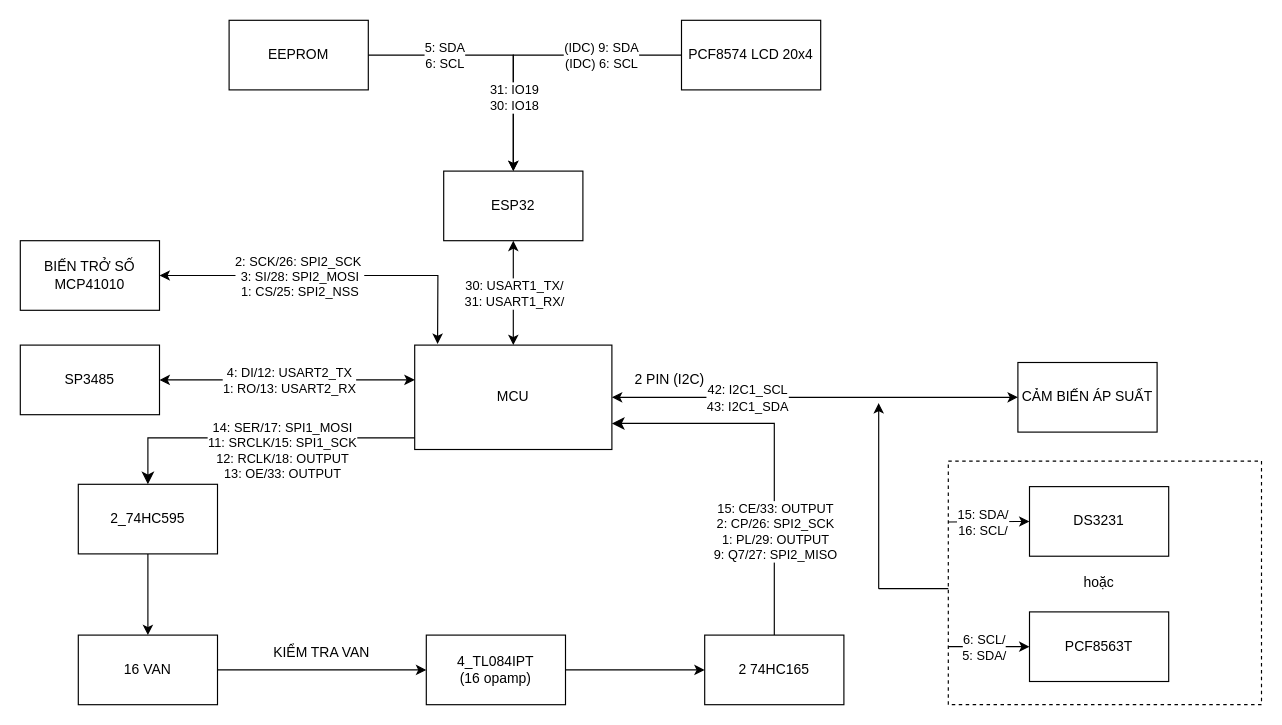
Before: page "Components and Pinout" (2 of 2) of Image/DongTamBlockDiagram.drawio in IoTVision/DongTamV2, a draw.io diagram. Source tidied: cells renumbered, new cells numbered last; positions are measured from the earlier drawing's top-left corner, leaving out a move shared by most shapes. Both pictures are drawn from the tidied source at 116%, with x=0, y=0 at pixel (20, 20).
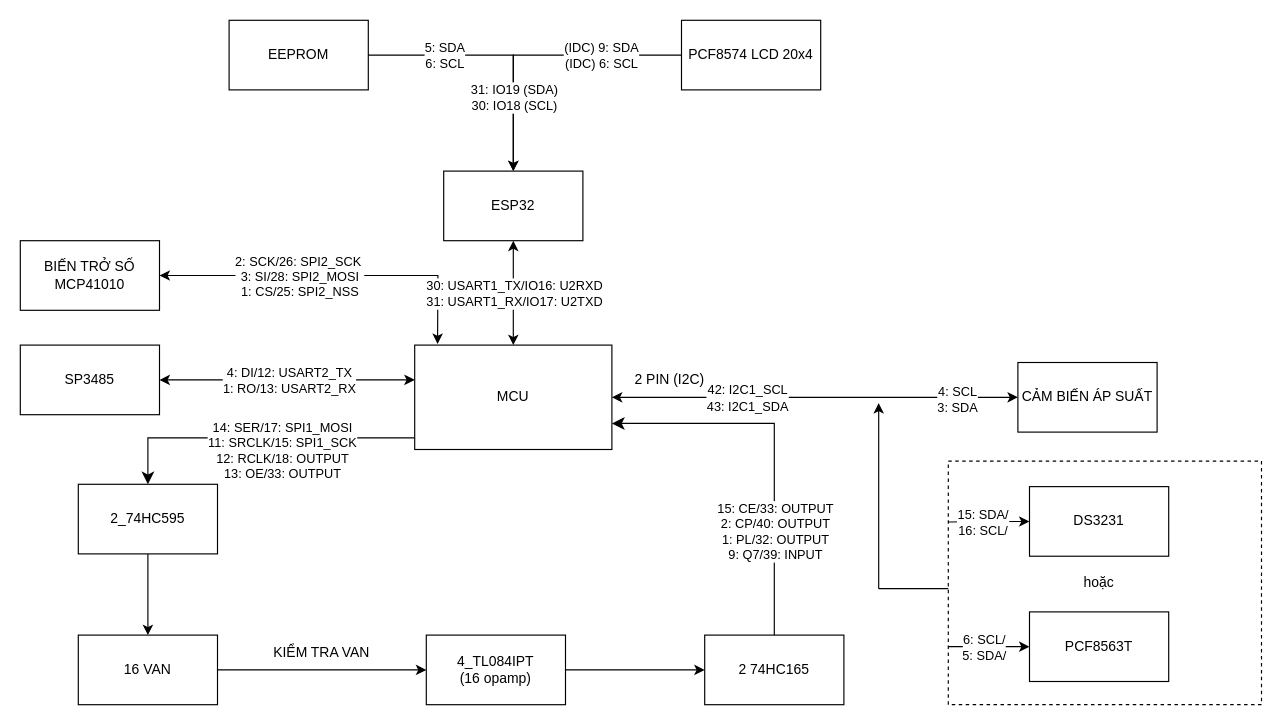
The same page after the edit.

Unchanged cells that the change refers to:
```xml
<mxCell id="13" style="edgeStyle=elbowEdgeStyle;elbow=horizontal;endArrow=classic;html=1;curved=0;rounded=0;endSize=8;startSize=8;entryX=1;entryY=0.75;entryDx=0;entryDy=0;exitX=0.5;exitY=0;exitDx=0;exitDy=0;" parent="1" edge="1" source="11" target="2">
  <mxGeometry relative="1" as="geometry">
    <Array as="points">
      <mxPoint x="650" y="490" />
      <mxPoint x="690" y="440" />
    </Array>
  </mxGeometry>
</mxCell>
<mxCell id="16" style="endArrow=classic;html=1;rounded=0;entryX=1;entryY=0.5;entryDx=0;entryDy=0;exitX=0;exitY=0.5;exitDx=0;exitDy=0;startArrow=classic;startFill=1;" parent="1" edge="1" source="15" target="2">
  <mxGeometry relative="1" as="geometry" />
</mxCell>
<mxCell id="26" style="endArrow=classic;startArrow=classic;html=1;rounded=0;entryX=0.5;entryY=1;entryDx=0;entryDy=0;exitX=0.5;exitY=0;exitDx=0;exitDy=0;" parent="1" edge="1" source="2" target="25">
  <mxGeometry relative="1" as="geometry" />
</mxCell>
<mxCell id="32" style="edgeStyle=orthogonalEdgeStyle;rounded=0;jettySize=auto;html=1;exitX=1;exitY=0.5;exitDx=0;exitDy=0;entryX=0.5;entryY=0;entryDx=0;entryDy=0;" parent="1" edge="1" source="31" target="25">
  <mxGeometry relative="1" as="geometry" />
</mxCell>
```

What changed in the source:
```diff
@@
-    <mxCell id="14" value="15: CE/33: OUTPUT&lt;br&gt;2: CP/26: SPI2_SCK&lt;br&gt;1: PL/29: OUTPUT&lt;br&gt;9: Q7/27: SPI2_MISO" style="edgeLabel;html=1;align=center;verticalAlign=middle;" parent="13" vertex="1">
+    <mxCell id="14" value="15: CE/33: OUTPUT&lt;br&gt;2: CP/40: OUTPUT&lt;br&gt;1: PL/32: OUTPUT&lt;br&gt;9: Q7/39: INPUT" style="edgeLabel;html=1;align=center;verticalAlign=middle;" parent="13" vertex="1">
       <mxGeometry x="-0.56" y="-1" relative="1" as="geometry">
         <mxPoint x="-1" y="-19" as="offset" />
       </mxGeometry>
     </mxCell>
@@
+    <mxCell id="46" value="4: SCL&lt;br&gt;3: SDA" style="edgeLabel;html=1;align=center;verticalAlign=middle;" parent="16" vertex="1">
+      <mxGeometry x="-0.7" y="1" relative="1" as="geometry" />
+    </mxCell>
@@
-    <mxCell id="27" value="30: USART1_TX/&lt;br&gt;31: USART1_RX/" style="edgeLabel;html=1;align=center;verticalAlign=middle;" parent="26" vertex="1">
+    <mxCell id="27" value="30: USART1_TX/IO16: U2RXD&lt;br&gt;31: USART1_RX/IO17: U2TXD" style="edgeLabel;html=1;align=center;verticalAlign=middle;" parent="26" vertex="1">
       <mxGeometry x="0.37" y="-1" relative="1" as="geometry">
         <mxPoint x="-1" y="17" as="offset" />
       </mxGeometry>
     </mxCell>
@@
-    <mxCell id="34" value="31: IO19&lt;br&gt;30: IO18" style="edgeLabel;html=1;align=center;verticalAlign=middle;" parent="32" vertex="1">
+    <mxCell id="34" value="31: IO19 (SDA)&lt;br&gt;30: IO18 (SCL)" style="edgeLabel;html=1;align=center;verticalAlign=middle;" parent="32" vertex="1">
       <mxGeometry x="0.43" relative="1" as="geometry" />
     </mxCell>
```
